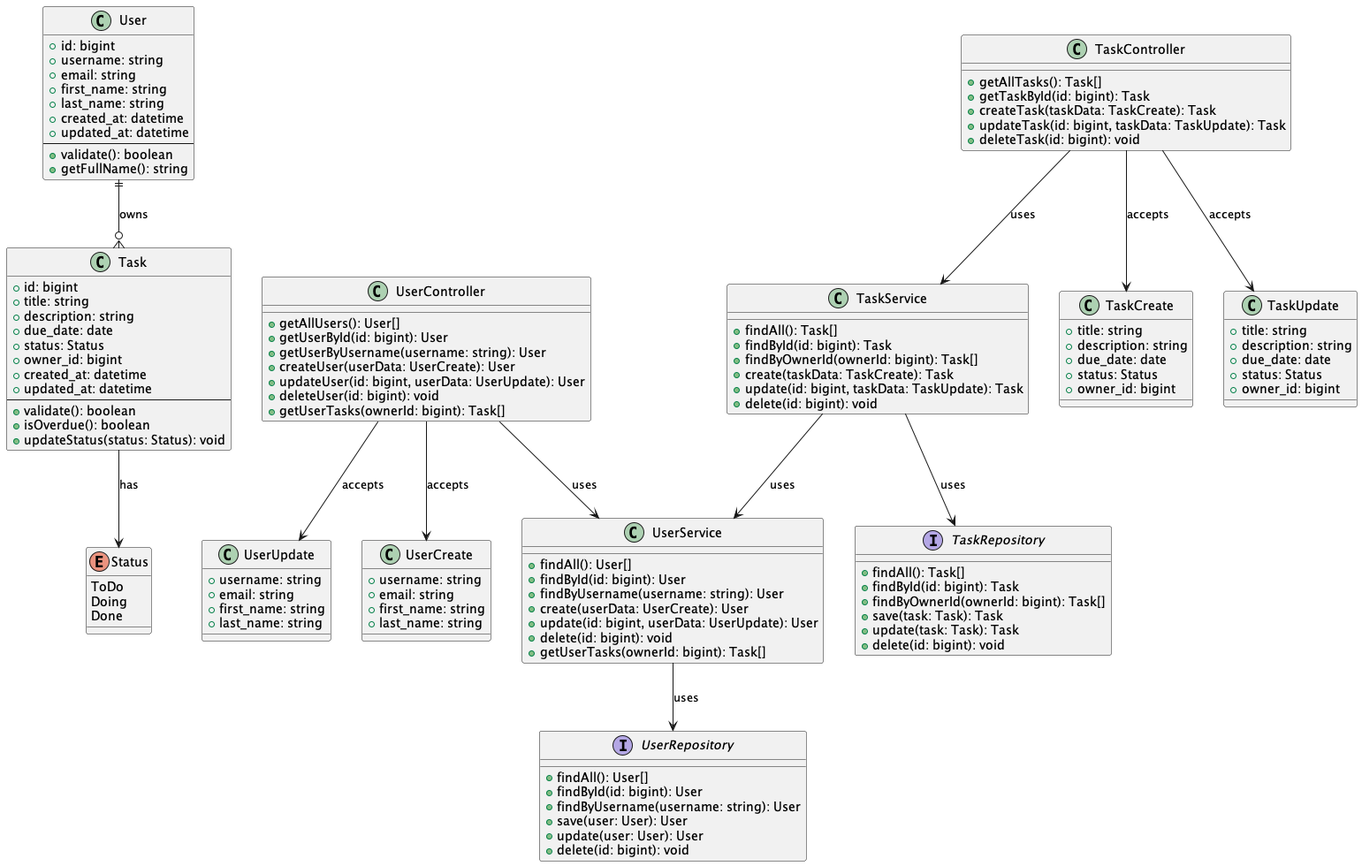
This is docs/diagrams/class/class-diagram.png from kenwoo9y/todo-app-meta, a PlantUML export, as it was before one commit.
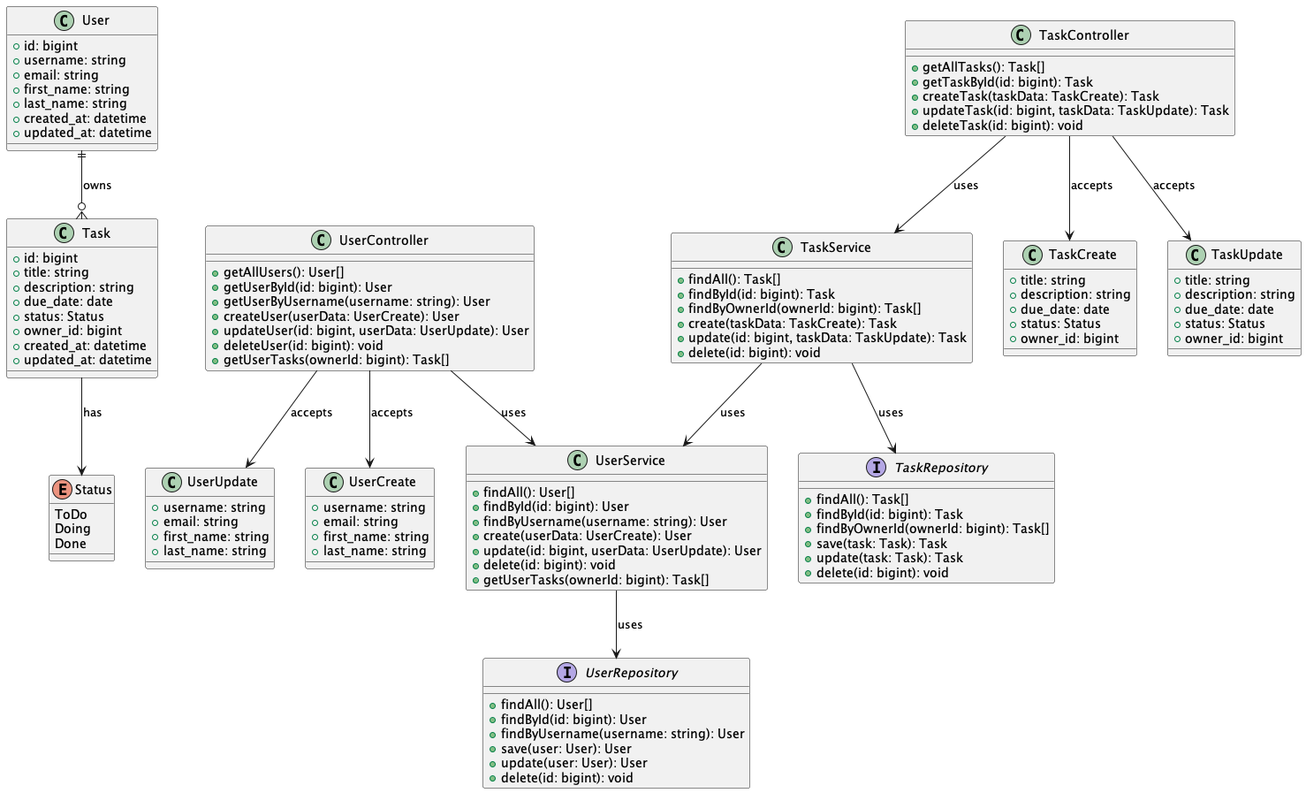
After the commit.

Commit message:
update class-diagram

What changed in the source:
```diff
@@ -10,9 +10,6 @@
   +last_name: string
   +created_at: datetime
   +updated_at: datetime
-  --
-  +validate(): boolean
-  +getFullName(): string
 }
 
 class Task {
@@ -24,10 +21,6 @@
   +owner_id: bigint
   +created_at: datetime
   +updated_at: datetime
-  --
-  +validate(): boolean
-  +isOverdue(): boolean
-  +updateStatus(status: Status): void
 }
 
 enum Status {
```
